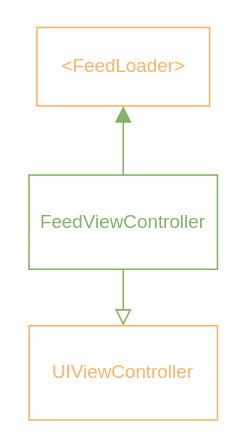
Earlier version of the draw.io diagram class_diagrams/Untitled Diagram.drawio (KonstantinErmolenko/diagrams). Source tidied: cells renumbered, new cells numbered last; positions are measured from the earlier drawing's top-left corner, leaving out a move shared by most shapes. Both pictures are drawn from the tidied source at 157%, with x=0, y=0 at pixel (28, 27).
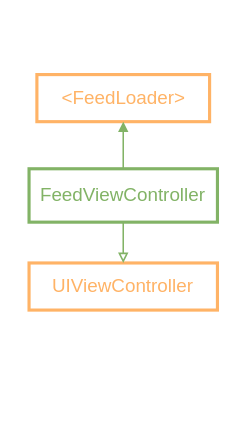
The same diagram, later.

The edit, as a diff of the source:
```diff
@@
 <mxGraphModel>
   <root>
     <mxCell id="0" />
     <mxCell id="1" parent="0" />
-    <mxCell id="2" value="FeedViewController" style="rounded=0;whiteSpace=wrap;html=1;strokeColor=#82B366;fontColor=#82B366;" parent="1" vertex="1">
-      <mxGeometry y="94" width="120" height="60" as="geometry" />
+    <mxCell id="2" value="FeedViewController" style="rounded=0;whiteSpace=wrap;html=1;strokeColor=#82B366;fontColor=#82B366;strokeWidth=2;" parent="1" vertex="1">
+      <mxGeometry y="90" width="120" height="34" as="geometry" />
     </mxCell>
-    <mxCell id="3" value="UIViewController" style="rounded=0;whiteSpace=wrap;html=1;labelBackgroundColor=#ffffff;fontColor=#FFB366;strokeColor=#FFB366;" parent="1" vertex="1">
-      <mxGeometry y="190" width="120" height="60" as="geometry" />
+    <mxCell id="3" value="UIViewController" style="rounded=0;whiteSpace=wrap;html=1;labelBackgroundColor=#ffffff;fontColor=#FFB366;strokeColor=#FFB366;strokeWidth=2;" parent="1" vertex="1">
+      <mxGeometry y="150" width="120" height="30" as="geometry" />
     </mxCell>
-    <mxCell id="4" style="endArrow=block;endSize=8;endFill=0;html=1;fontColor=#FFCC99;exitX=0.5;exitY=1;exitDx=0;exitDy=0;entryX=0.5;entryY=0;entryDx=0;entryDy=0;jumpSize=4;fillColor=#d5e8d4;strokeColor=#82b366;" parent="1" edge="1" source="2" target="3">
+    <mxCell id="4" style="endArrow=block;endSize=4;endFill=0;html=1;fontColor=#FFCC99;exitX=0.5;exitY=1;exitDx=0;exitDy=0;entryX=0.5;entryY=0;entryDx=0;entryDy=0;jumpSize=4;fillColor=#d5e8d4;strokeColor=#82b366;startSize=4;" parent="1" edge="1" source="2" target="3">
       <mxGeometry relative="1" as="geometry" />
     </mxCell>
-    <mxCell id="5" value="&amp;lt;FeedLoader&amp;gt;" style="html=1;labelBackgroundColor=#ffffff;fontColor=#FFB366;strokeColor=#FFB366;gradientColor=none;" parent="1" vertex="1">
-      <mxGeometry x="5" width="110" height="50" as="geometry" />
+    <mxCell id="5" value="&amp;lt;FeedLoader&amp;gt;" style="html=1;labelBackgroundColor=#ffffff;fontColor=#FFB366;strokeColor=#FFB366;gradientColor=none;strokeWidth=2;" parent="1" vertex="1">
+      <mxGeometry x="5" y="30" width="110" height="30" as="geometry" />
     </mxCell>
-    <mxCell id="6" style="endArrow=block;endFill=1;html=1;edgeStyle=orthogonalEdgeStyle;align=left;verticalAlign=top;fontColor=#FFB366;endSize=8;strokeColor=#82B366;entryX=0.5;entryY=1;entryDx=0;entryDy=0;exitX=0.5;exitY=0;exitDx=0;exitDy=0;" parent="1" edge="1" source="2" target="5">
+    <mxCell id="6" style="endArrow=block;endFill=1;html=1;edgeStyle=orthogonalEdgeStyle;align=left;verticalAlign=top;fontColor=#FFB366;endSize=4;strokeColor=#82B366;entryX=0.5;entryY=1;entryDx=0;entryDy=0;exitX=0.5;exitY=0;exitDx=0;exitDy=0;startSize=4;" parent="1" edge="1" source="2" target="5">
       <mxGeometry x="-1" relative="1" as="geometry" />
     </mxCell>
+    <mxCell id="7" style="edgeStyle=orthogonalEdgeStyle;rounded=0;jumpSize=4;orthogonalLoop=1;jettySize=auto;html=1;exitX=0.5;exitY=1;exitDx=0;exitDy=0;fontColor=#FFB366;endSize=8;strokeColor=#82B366;" parent="1" edge="1" source="2" target="2">
+      <mxGeometry relative="1" as="geometry" />
+    </mxCell>
   </root>
 </mxGraphModel>
```
